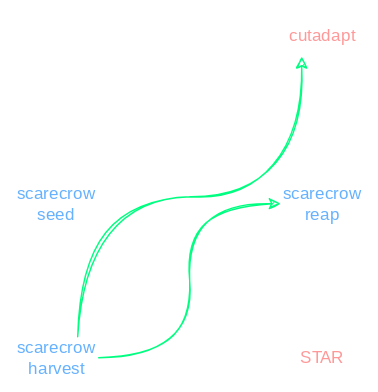
MorganResearchLab/scarecrow keeps this draw.io diagram as img/workflow_dark.svg. Above is the earlier version. Source tidied: cells renumbered, new cells last; positions are measured from the earlier drawing's top-left corner, leaving out a move shared by most shapes. Source of this version:
```xml
<mxGraphModel background="#1A1A1A">
  <root>
    <mxCell id="0" />
    <mxCell id="1" parent="0" />
    <mxCell id="2" style="edgeStyle=orthogonalEdgeStyle;rounded=1;jettySize=auto;html=1;exitX=0.5;exitY=1;exitDx=0;exitDy=0;entryX=0.5;entryY=0;entryDx=0;entryDy=0;curved=0;sketch=1;curveFitting=1;jiggle=2;strokeWidth=2;strokeColor=#FFFFFF;" parent="1" edge="1" source="4" target="6">
      <mxGeometry relative="1" as="geometry" />
    </mxCell>
    <mxCell id="3" style="edgeStyle=orthogonalEdgeStyle;rounded=0;jettySize=auto;html=1;exitX=1;exitY=0.5;exitDx=0;exitDy=0;entryX=0;entryY=0.5;entryDx=0;entryDy=0;curved=1;sketch=1;curveFitting=1;jiggle=2;strokeWidth=2;strokeColor=#FFFFFF;" parent="1" edge="1" source="4" target="11">
      <mxGeometry relative="1" as="geometry" />
    </mxCell>
    <mxCell id="4" value="&lt;font face=&quot;Shadows Into Light&quot;&gt;paired FASTQs&lt;/font&gt;" style="text;html=1;align=center;verticalAlign=middle;whiteSpace=wrap;rounded=0;fontColor=#FFFFFF;" parent="1" vertex="1">
      <mxGeometry x="70" width="60" height="30" as="geometry" />
    </mxCell>
    <mxCell id="5" style="edgeStyle=orthogonalEdgeStyle;rounded=0;jettySize=auto;html=1;exitX=0.5;exitY=1;exitDx=0;exitDy=0;entryX=0.5;entryY=0;entryDx=0;entryDy=0;sketch=1;curveFitting=1;jiggle=2;curved=1;strokeWidth=2;strokeColor=#FFFFFF;" parent="1" edge="1" source="6" target="9">
      <mxGeometry relative="1" as="geometry" />
    </mxCell>
    <mxCell id="6" value="&lt;font face=&quot;Shadows Into Light&quot;&gt;scarecrow seed&lt;/font&gt;" style="text;html=1;align=center;verticalAlign=middle;whiteSpace=wrap;rounded=0;fontColor=#66B2FF;" parent="1" vertex="1">
      <mxGeometry y="120" width="60" height="30" as="geometry" />
    </mxCell>
    <mxCell id="7" style="edgeStyle=orthogonalEdgeStyle;rounded=0;jettySize=auto;html=1;exitX=0.75;exitY=0;exitDx=0;exitDy=0;entryX=0.25;entryY=1;entryDx=0;entryDy=0;curved=1;sketch=1;curveFitting=1;jiggle=2;fontColor=#00FF80;strokeColor=#00FF80;" parent="1" edge="1" source="9" target="11">
      <mxGeometry relative="1" as="geometry" />
    </mxCell>
    <mxCell id="8" style="edgeStyle=orthogonalEdgeStyle;rounded=0;jettySize=auto;html=1;exitX=1;exitY=0.5;exitDx=0;exitDy=0;entryX=0;entryY=0.5;entryDx=0;entryDy=0;sketch=1;curveFitting=1;jiggle=2;curved=1;fontColor=#00FF80;strokeColor=#00FF80;" parent="1" edge="1" source="9" target="13">
      <mxGeometry relative="1" as="geometry" />
    </mxCell>
    <mxCell id="9" value="&lt;font face=&quot;Shadows Into Light&quot;&gt;scarecrow harvest&lt;/font&gt;" style="text;html=1;align=center;verticalAlign=middle;whiteSpace=wrap;rounded=0;fontColor=#66B2FF;" parent="1" vertex="1">
      <mxGeometry y="230" width="60" height="30" as="geometry" />
    </mxCell>
    <mxCell id="10" style="edgeStyle=orthogonalEdgeStyle;rounded=0;jettySize=auto;html=1;exitX=0.5;exitY=1;exitDx=0;exitDy=0;entryX=0.5;entryY=0;entryDx=0;entryDy=0;sketch=1;curveFitting=1;jiggle=2;curved=1;strokeWidth=2;strokeColor=#FFFFFF;" parent="1" edge="1" source="11" target="13">
      <mxGeometry relative="1" as="geometry" />
    </mxCell>
    <mxCell id="11" value="&lt;font face=&quot;Shadows Into Light&quot;&gt;cutadapt&lt;/font&gt;" style="text;html=1;align=center;verticalAlign=middle;whiteSpace=wrap;rounded=0;fontColor=#FF9999;" parent="1" vertex="1">
      <mxGeometry x="190" width="60" height="30" as="geometry" />
    </mxCell>
    <mxCell id="12" style="edgeStyle=orthogonalEdgeStyle;rounded=1;jettySize=auto;html=1;exitX=0.5;exitY=1;exitDx=0;exitDy=0;entryX=0.5;entryY=0;entryDx=0;entryDy=0;sketch=1;curveFitting=1;jiggle=2;curved=0;strokeWidth=2;strokeColor=#FFFFFF;" parent="1" edge="1" source="13" target="14">
      <mxGeometry relative="1" as="geometry" />
    </mxCell>
    <mxCell id="13" value="&lt;font face=&quot;Shadows Into Light&quot;&gt;scarecrow reap&lt;/font&gt;" style="text;html=1;align=center;verticalAlign=middle;whiteSpace=wrap;rounded=0;fontColor=#66B2FF;" parent="1" vertex="1">
      <mxGeometry x="190" y="120" width="60" height="30" as="geometry" />
    </mxCell>
    <mxCell id="14" value="&lt;font face=&quot;Shadows Into Light&quot;&gt;STAR&lt;/font&gt;" style="text;html=1;align=center;verticalAlign=middle;whiteSpace=wrap;rounded=0;fontColor=#FF9999;" parent="1" vertex="1">
      <mxGeometry x="190" y="230" width="60" height="30" as="geometry" />
    </mxCell>
  </root>
</mxGraphModel>
```
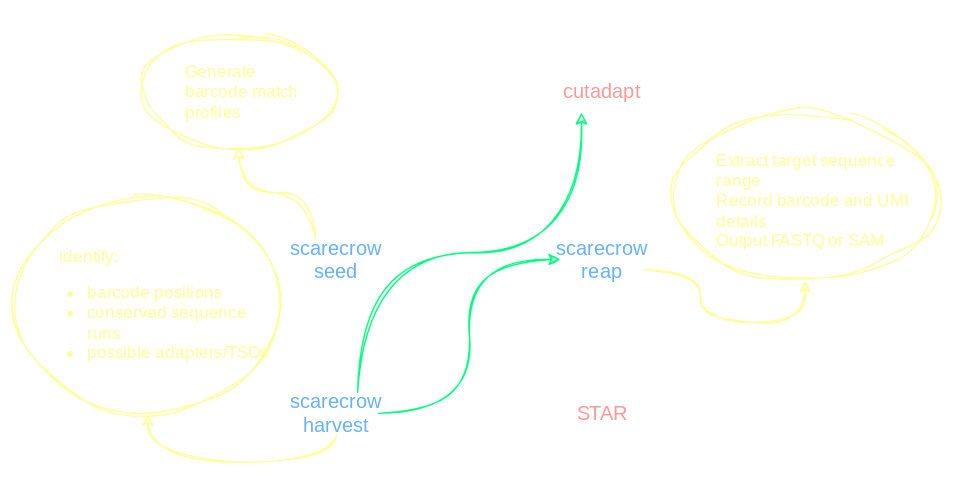
Above is the later version.

Commit message:
Testing alt image dependent on style scheme

The edit, as a diff of the source:
```diff
@@ -1,45 +1,87 @@
-<mxGraphModel background="#1A1A1A">
+<mxGraphModel background="#333333">
   <root>
     <mxCell id="0" />
     <mxCell id="1" parent="0" />
-    <mxCell id="2" style="edgeStyle=orthogonalEdgeStyle;rounded=1;jettySize=auto;html=1;exitX=0.5;exitY=1;exitDx=0;exitDy=0;entryX=0.5;entryY=0;entryDx=0;entryDy=0;curved=0;sketch=1;curveFitting=1;jiggle=2;strokeWidth=2;strokeColor=#FFFFFF;" parent="1" edge="1" source="4" target="6">
+    <mxCell id="2" style="edgeStyle=orthogonalEdgeStyle;rounded=1;jettySize=auto;html=1;exitX=0.5;exitY=1;exitDx=0;exitDy=0;entryX=0.5;entryY=0;entryDx=0;entryDy=0;curved=0;sketch=1;curveFitting=1;jiggle=2;strokeWidth=2;strokeColor=#FFFFFF;" parent="1" edge="1" source="4" target="7">
       <mxGeometry relative="1" as="geometry" />
     </mxCell>
-    <mxCell id="3" style="edgeStyle=orthogonalEdgeStyle;rounded=0;jettySize=auto;html=1;exitX=1;exitY=0.5;exitDx=0;exitDy=0;entryX=0;entryY=0.5;entryDx=0;entryDy=0;curved=1;sketch=1;curveFitting=1;jiggle=2;strokeWidth=2;strokeColor=#FFFFFF;" parent="1" edge="1" source="4" target="11">
+    <mxCell id="3" style="edgeStyle=orthogonalEdgeStyle;rounded=0;jettySize=auto;html=1;exitX=1;exitY=0.5;exitDx=0;exitDy=0;entryX=0;entryY=0.5;entryDx=0;entryDy=0;curved=1;sketch=1;curveFitting=1;jiggle=2;strokeWidth=2;strokeColor=#FFFFFF;" parent="1" edge="1" source="4" target="13">
       <mxGeometry relative="1" as="geometry" />
     </mxCell>
-    <mxCell id="4" value="&lt;font face=&quot;Shadows Into Light&quot;&gt;paired FASTQs&lt;/font&gt;" style="text;html=1;align=center;verticalAlign=middle;whiteSpace=wrap;rounded=0;fontColor=#FFFFFF;" parent="1" vertex="1">
+    <mxCell id="4" value="&lt;font face=&quot;Shadows Into Light&quot;&gt;paired FASTQs&lt;/font&gt;" style="text;html=1;align=center;verticalAlign=middle;whiteSpace=wrap;rounded=0;fontColor=#FFFFFF;fontSize=14;" parent="1" vertex="1">
       <mxGeometry x="70" width="60" height="30" as="geometry" />
     </mxCell>
-    <mxCell id="5" style="edgeStyle=orthogonalEdgeStyle;rounded=0;jettySize=auto;html=1;exitX=0.5;exitY=1;exitDx=0;exitDy=0;entryX=0.5;entryY=0;entryDx=0;entryDy=0;sketch=1;curveFitting=1;jiggle=2;curved=1;strokeWidth=2;strokeColor=#FFFFFF;" parent="1" edge="1" source="6" target="9">
+    <mxCell id="5" style="edgeStyle=orthogonalEdgeStyle;rounded=0;jettySize=auto;html=1;exitX=0.5;exitY=1;exitDx=0;exitDy=0;entryX=0.5;entryY=0;entryDx=0;entryDy=0;sketch=1;curveFitting=1;jiggle=2;curved=1;strokeWidth=2;strokeColor=#FFFFFF;" parent="1" edge="1" source="7" target="11">
       <mxGeometry relative="1" as="geometry" />
     </mxCell>
-    <mxCell id="6" value="&lt;font face=&quot;Shadows Into Light&quot;&gt;scarecrow seed&lt;/font&gt;" style="text;html=1;align=center;verticalAlign=middle;whiteSpace=wrap;rounded=0;fontColor=#66B2FF;" parent="1" vertex="1">
-      <mxGeometry y="120" width="60" height="30" as="geometry" />
+    <mxCell id="6" style="edgeStyle=orthogonalEdgeStyle;rounded=0;jettySize=auto;html=1;exitX=0.25;exitY=0;exitDx=0;exitDy=0;entryX=0.5;entryY=1;entryDx=0;entryDy=0;curved=1;sketch=1;curveFitting=1;jiggle=2;strokeColor=#FFFF99;" parent="1" edge="1" source="7" target="19">
+      <mxGeometry relative="1" as="geometry" />
     </mxCell>
-    <mxCell id="7" style="edgeStyle=orthogonalEdgeStyle;rounded=0;jettySize=auto;html=1;exitX=0.75;exitY=0;exitDx=0;exitDy=0;entryX=0.25;entryY=1;entryDx=0;entryDy=0;curved=1;sketch=1;curveFitting=1;jiggle=2;fontColor=#00FF80;strokeColor=#00FF80;" parent="1" edge="1" source="9" target="11">
-      <mxGeometry relative="1" as="geometry" />
+    <mxCell id="7" value="&lt;font face=&quot;Shadows Into Light&quot;&gt;scarecrow seed&lt;/font&gt;" style="text;html=1;align=center;verticalAlign=middle;whiteSpace=wrap;rounded=0;fontColor=#66B2FF;fontSize=14;" parent="1" vertex="1">
+      <mxGeometry y="120" width="60" height="30" as="geometry" />
     </mxCell>
-    <mxCell id="8" style="edgeStyle=orthogonalEdgeStyle;rounded=0;jettySize=auto;html=1;exitX=1;exitY=0.5;exitDx=0;exitDy=0;entryX=0;entryY=0.5;entryDx=0;entryDy=0;sketch=1;curveFitting=1;jiggle=2;curved=1;fontColor=#00FF80;strokeColor=#00FF80;" parent="1" edge="1" source="9" target="13">
+    <mxCell id="8" style="edgeStyle=orthogonalEdgeStyle;rounded=0;jettySize=auto;html=1;exitX=0.75;exitY=0;exitDx=0;exitDy=0;entryX=0.25;entryY=1;entryDx=0;entryDy=0;curved=1;sketch=1;curveFitting=1;jiggle=2;fontColor=#00FF80;strokeColor=#00FF80;" parent="1" edge="1" source="11" target="13">
       <mxGeometry relative="1" as="geometry" />
     </mxCell>
-    <mxCell id="9" value="&lt;font face=&quot;Shadows Into Light&quot;&gt;scarecrow harvest&lt;/font&gt;" style="text;html=1;align=center;verticalAlign=middle;whiteSpace=wrap;rounded=0;fontColor=#66B2FF;" parent="1" vertex="1">
-      <mxGeometry y="230" width="60" height="30" as="geometry" />
+    <mxCell id="9" style="edgeStyle=orthogonalEdgeStyle;rounded=0;jettySize=auto;html=1;exitX=1;exitY=0.5;exitDx=0;exitDy=0;entryX=0;entryY=0.5;entryDx=0;entryDy=0;sketch=1;curveFitting=1;jiggle=2;curved=1;fontColor=#00FF80;strokeColor=#00FF80;" parent="1" edge="1" source="11" target="16">
+      <mxGeometry relative="1" as="geometry" />
     </mxCell>
-    <mxCell id="10" style="edgeStyle=orthogonalEdgeStyle;rounded=0;jettySize=auto;html=1;exitX=0.5;exitY=1;exitDx=0;exitDy=0;entryX=0.5;entryY=0;entryDx=0;entryDy=0;sketch=1;curveFitting=1;jiggle=2;curved=1;strokeWidth=2;strokeColor=#FFFFFF;" parent="1" edge="1" source="11" target="13">
+    <mxCell id="10" style="edgeStyle=orthogonalEdgeStyle;rounded=0;jettySize=auto;html=1;exitX=0.5;exitY=1;exitDx=0;exitDy=0;entryX=0.5;entryY=1;entryDx=0;entryDy=0;curved=1;flowAnimation=0;sketch=1;curveFitting=1;jiggle=2;strokeColor=#FFFF99;strokeWidth=1;" parent="1" edge="1" source="11" target="22">
       <mxGeometry relative="1" as="geometry" />
     </mxCell>
-    <mxCell id="11" value="&lt;font face=&quot;Shadows Into Light&quot;&gt;cutadapt&lt;/font&gt;" style="text;html=1;align=center;verticalAlign=middle;whiteSpace=wrap;rounded=0;fontColor=#FF9999;" parent="1" vertex="1">
-      <mxGeometry x="190" width="60" height="30" as="geometry" />
+    <mxCell id="11" value="&lt;font face=&quot;Shadows Into Light&quot;&gt;scarecrow harvest&lt;/font&gt;" style="text;html=1;align=center;verticalAlign=middle;whiteSpace=wrap;rounded=0;fontColor=#66B2FF;fontSize=14;" parent="1" vertex="1">
+      <mxGeometry y="230" width="60" height="30" as="geometry" />
     </mxCell>
-    <mxCell id="12" style="edgeStyle=orthogonalEdgeStyle;rounded=1;jettySize=auto;html=1;exitX=0.5;exitY=1;exitDx=0;exitDy=0;entryX=0.5;entryY=0;entryDx=0;entryDy=0;sketch=1;curveFitting=1;jiggle=2;curved=0;strokeWidth=2;strokeColor=#FFFFFF;" parent="1" edge="1" source="13" target="14">
+    <mxCell id="12" style="edgeStyle=orthogonalEdgeStyle;rounded=0;jettySize=auto;html=1;exitX=0.5;exitY=1;exitDx=0;exitDy=0;entryX=0.5;entryY=0;entryDx=0;entryDy=0;sketch=1;curveFitting=1;jiggle=2;curved=1;strokeWidth=2;strokeColor=#FFFFFF;" parent="1" edge="1" source="13" target="16">
       <mxGeometry relative="1" as="geometry" />
     </mxCell>
-    <mxCell id="13" value="&lt;font face=&quot;Shadows Into Light&quot;&gt;scarecrow reap&lt;/font&gt;" style="text;html=1;align=center;verticalAlign=middle;whiteSpace=wrap;rounded=0;fontColor=#66B2FF;" parent="1" vertex="1">
-      <mxGeometry x="190" y="120" width="60" height="30" as="geometry" />
+    <mxCell id="13" value="&lt;font face=&quot;Shadows Into Light&quot;&gt;cutadapt&lt;/font&gt;" style="text;html=1;align=center;verticalAlign=middle;whiteSpace=wrap;rounded=0;fontColor=#FF9999;fontSize=14;" parent="1" vertex="1">
+      <mxGeometry x="190" width="60" height="30" as="geometry" />
     </mxCell>
-    <mxCell id="14" value="&lt;font face=&quot;Shadows Into Light&quot;&gt;STAR&lt;/font&gt;" style="text;html=1;align=center;verticalAlign=middle;whiteSpace=wrap;rounded=0;fontColor=#FF9999;" parent="1" vertex="1">
-      <mxGeometry x="190" y="230" width="60" height="30" as="geometry" />
+    <mxCell id="14" style="edgeStyle=orthogonalEdgeStyle;rounded=1;jettySize=auto;html=1;exitX=0.5;exitY=1;exitDx=0;exitDy=0;entryX=0.5;entryY=0;entryDx=0;entryDy=0;sketch=1;curveFitting=1;jiggle=2;curved=0;strokeWidth=2;strokeColor=#FFFFFF;" parent="1" edge="1" source="16" target="17">
+      <mxGeometry relative="1" as="geometry" />
     </mxCell>
+    <mxCell id="15" style="edgeStyle=orthogonalEdgeStyle;rounded=0;jettySize=auto;html=1;exitX=1;exitY=0.75;exitDx=0;exitDy=0;entryX=0.5;entryY=1;entryDx=0;entryDy=0;curved=1;strokeColor=#FFFF99;sketch=1;curveFitting=1;jiggle=2;" parent="1" edge="1" source="16" target="25">
+      <mxGeometry relative="1" as="geometry">
+        <Array as="points">
+          <mxPoint x="290" y="143" />
+          <mxPoint x="290" y="180" />
+          <mxPoint x="365" y="180" />
+        </Array>
+      </mxGeometry>
+    </mxCell>
+    <mxCell id="16" value="&lt;font face=&quot;Shadows Into Light&quot;&gt;scarecrow reap&lt;/font&gt;" style="text;html=1;align=center;verticalAlign=middle;whiteSpace=wrap;rounded=0;fontColor=#66B2FF;fontSize=14;" parent="1" vertex="1">
+      <mxGeometry x="190" y="120" width="60" height="30" as="geometry" />
+    </mxCell>
+    <mxCell id="17" value="&lt;font face=&quot;Shadows Into Light&quot;&gt;STAR&lt;/font&gt;" style="text;html=1;align=center;verticalAlign=middle;whiteSpace=wrap;rounded=0;fontColor=#FF9999;fontSize=14;" parent="1" vertex="1">
+      <mxGeometry x="190" y="230" width="60" height="30" as="geometry" />
+    </mxCell>
+    <mxCell id="18" style="group;" parent="1" vertex="1">
+      <mxGeometry x="-110" y="-40" width="140" height="110" as="geometry" />
+    </mxCell>
+    <mxCell id="19" style="ellipse;whiteSpace=wrap;html=1;fillColor=none;strokeColor=#FFFF99;sketch=1;curveFitting=1;jiggle=2;" parent="18" vertex="1">
+      <mxGeometry y="15" width="140" height="80" as="geometry" />
+    </mxCell>
+    <mxCell id="20" value="&lt;font face=&quot;Shadows Into Light&quot;&gt;Generate barcode match profiles&lt;/font&gt;" style="text;html=1;align=left;verticalAlign=middle;whiteSpace=wrap;rounded=0;fontColor=#FFFF99;" parent="18" vertex="1">
+      <mxGeometry x="30" width="100" height="110" as="geometry" />
+    </mxCell>
+    <mxCell id="21" style="group;" parent="1" vertex="1">
+      <mxGeometry x="-200" y="90" width="190" height="155" as="geometry" />
+    </mxCell>
+    <mxCell id="22" style="ellipse;whiteSpace=wrap;html=1;fillColor=none;strokeColor=#FFFF99;sketch=1;curveFitting=1;jiggle=2;" parent="21" vertex="1">
+      <mxGeometry width="190" height="155" as="geometry" />
+    </mxCell>
+    <mxCell id="23" value="&lt;font face=&quot;Shadows Into Light&quot;&gt;identify:&lt;/font&gt;&lt;div&gt;&lt;ul style=&quot;padding-left: 20px; margin-top: 12px;&quot;&gt;&lt;li&gt;&lt;span style=&quot;font-family: &amp;quot;Shadows Into Light&amp;quot;;&quot;&gt;barcode positions&lt;/span&gt;&lt;br&gt;&lt;/li&gt;&lt;li&gt;&lt;span style=&quot;font-family: &amp;quot;Shadows Into Light&amp;quot;;&quot;&gt;conserved sequence runs&lt;/span&gt;&lt;br&gt;&lt;/li&gt;&lt;li&gt;&lt;font face=&quot;Shadows Into Light&quot;&gt;possible adapters/TSOs&lt;/font&gt;&lt;/li&gt;&lt;/ul&gt;&lt;/div&gt;" style="text;html=1;align=left;verticalAlign=middle;whiteSpace=wrap;rounded=0;fontColor=#FFFF99;" parent="21" vertex="1">
+      <mxGeometry x="30" y="27.5" width="160" height="110" as="geometry" />
+    </mxCell>
+    <mxCell id="24" style="group;" parent="1" vertex="1">
+      <mxGeometry x="270" y="10" width="190" height="155" as="geometry" />
+    </mxCell>
+    <mxCell id="25" style="ellipse;whiteSpace=wrap;html=1;fillColor=none;strokeColor=#FFFF99;sketch=1;curveFitting=1;jiggle=2;" parent="24" vertex="1">
+      <mxGeometry y="20" width="190" height="120" as="geometry" />
+    </mxCell>
+    <mxCell id="26" value="&lt;font face=&quot;Shadows Into Light&quot;&gt;Extract target sequence range&lt;/font&gt;&lt;div&gt;&lt;font face=&quot;Shadows Into Light&quot;&gt;Record barcode and UMI details&lt;/font&gt;&lt;/div&gt;&lt;div&gt;&lt;font face=&quot;Shadows Into Light&quot;&gt;Output FASTQ or SAM&lt;/font&gt;&lt;/div&gt;" style="text;html=1;align=left;verticalAlign=middle;whiteSpace=wrap;rounded=0;fontColor=#FFFF99;" parent="24" vertex="1">
+      <mxGeometry x="30" y="27.5" width="160" height="110" as="geometry" />
+    </mxCell>
   </root>
 </mxGraphModel>
```
